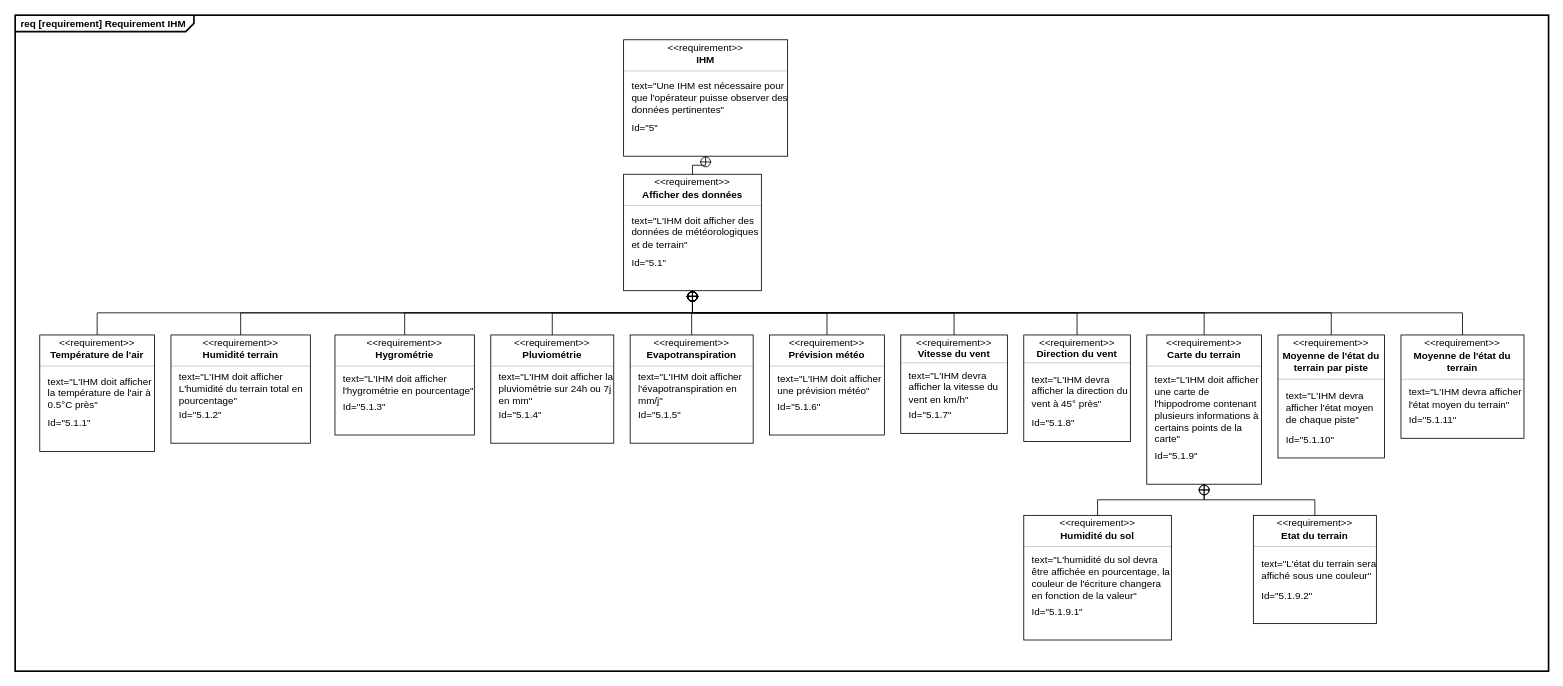
ToGen49/Hippodrome keeps this draw.io diagram as SYSML/Requirement/D-Requirement_IHM_F1.drawio. Above is the earlier version. Source tidied: cells renumbered, new cells numbered last; positions are measured from the earlier drawing's top-left corner, leaving out a move shared by most shapes. Both pictures are drawn from the tidied source at 82%, with x=0, y=0 at pixel (15, 15).
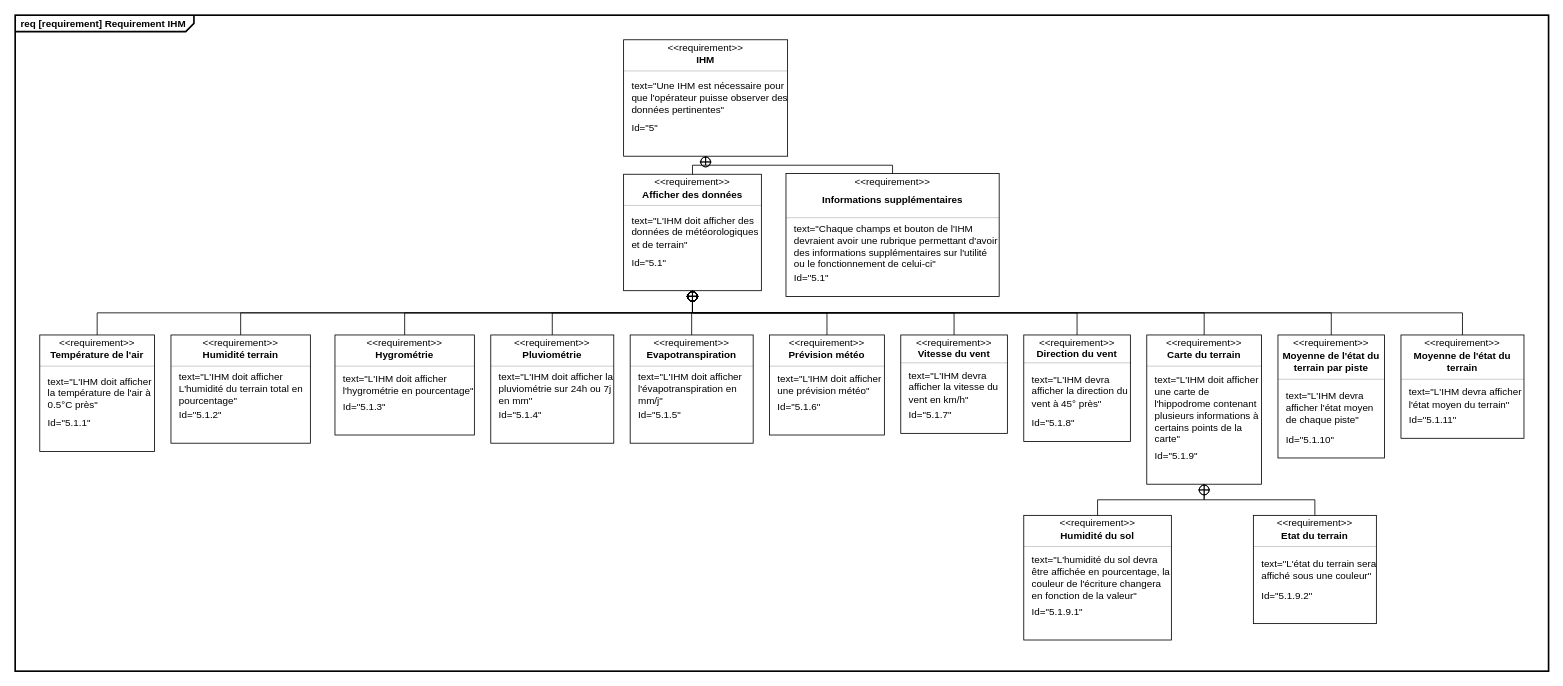
Above is the later version.

Commit message:
Mettre à jour D-Requirement_IHM_F1.drawio

The change refers to these unchanged cells:
```xml
<mxCell id="9" style="html=1;align=center;spacing=0;verticalAlign=middle;strokeColor=none;fillColor=none;whiteSpace=wrap;" parent="3" vertex="1">
  <mxGeometry y="116" width="200" height="26" as="geometry" />
</mxCell>
```

The edit, as a diff of the source:
```diff
@@
+    <mxCell id="122" style="fontStyle=1;align=center;verticalAlign=middle;horizontal=1;" parent="1" vertex="1">
+      <mxGeometry x="940" y="193" width="260" height="150" as="geometry" />
+    </mxCell>
+    <mxCell id="123" value="&amp;lt;&amp;lt;requirement&amp;gt;&amp;gt;" style="html=1;align=center;spacing=0;verticalAlign=middle;strokeColor=none;fillColor=none;whiteSpace=wrap;spacingTop=3;" parent="122" vertex="1">
+      <mxGeometry width="260" height="16" as="geometry" />
+    </mxCell>
+    <mxCell id="124" value="Informations supplémentaires" style="html=1;align=center;spacing=0;verticalAlign=middle;strokeColor=none;fillColor=none;whiteSpace=wrap;fontStyle=1;" parent="122" vertex="1">
+      <mxGeometry y="16" width="260" height="34" as="geometry" />
+    </mxCell>
+    <mxCell id="125" style="line;strokeWidth=0.25;fillColor=none;align=left;verticalAlign=middle;spacingTop=-1;spacingLeft=3;spacingRight=3;labelPosition=right;" parent="122" vertex="1">
+      <mxGeometry y="50" width="260" height="8" as="geometry" />
+    </mxCell>
+    <mxCell id="126" value="text=&quot;Chaque champs et bouton de l'IHM devraient avoir une rubrique permettant d'avoir des informations supplémentaires sur l'utilité ou le fonctionnement de celui-ci&quot;" style="html=1;align=left;spacing=0;verticalAlign=middle;strokeColor=none;fillColor=none;whiteSpace=wrap;spacingLeft=10;" parent="122" vertex="1">
+      <mxGeometry y="58" width="260" height="62" as="geometry" />
+    </mxCell>
+    <mxCell id="127" value="Id=&quot;5.1&quot;" style="html=1;align=left;spacing=0;verticalAlign=middle;strokeColor=none;fillColor=none;whiteSpace=wrap;spacingLeft=10;" parent="122" vertex="1">
+      <mxGeometry y="120" width="260" height="16" as="geometry" />
+    </mxCell>
+    <mxCell id="128" style="html=1;align=center;spacing=0;verticalAlign=middle;strokeColor=none;fillColor=none;whiteSpace=wrap;" parent="122" vertex="1">
+      <mxGeometry y="136" width="260" height="14" as="geometry" />
+    </mxCell>
+    <mxCell id="129" style="rounded=0;html=1;labelBackgroundColor=none;endArrow=none;edgeStyle=elbowEdgeStyle;elbow=vertical;startArrow=sysMLPackCont;startSize=12;exitX=0.5;exitY=1;exitDx=0;exitDy=0;entryX=0.5;entryY=0;entryDx=0;entryDy=0;" parent="1" edge="1" source="9" target="123">
+      <mxGeometry relative="1" as="geometry" />
+    </mxCell>
```
